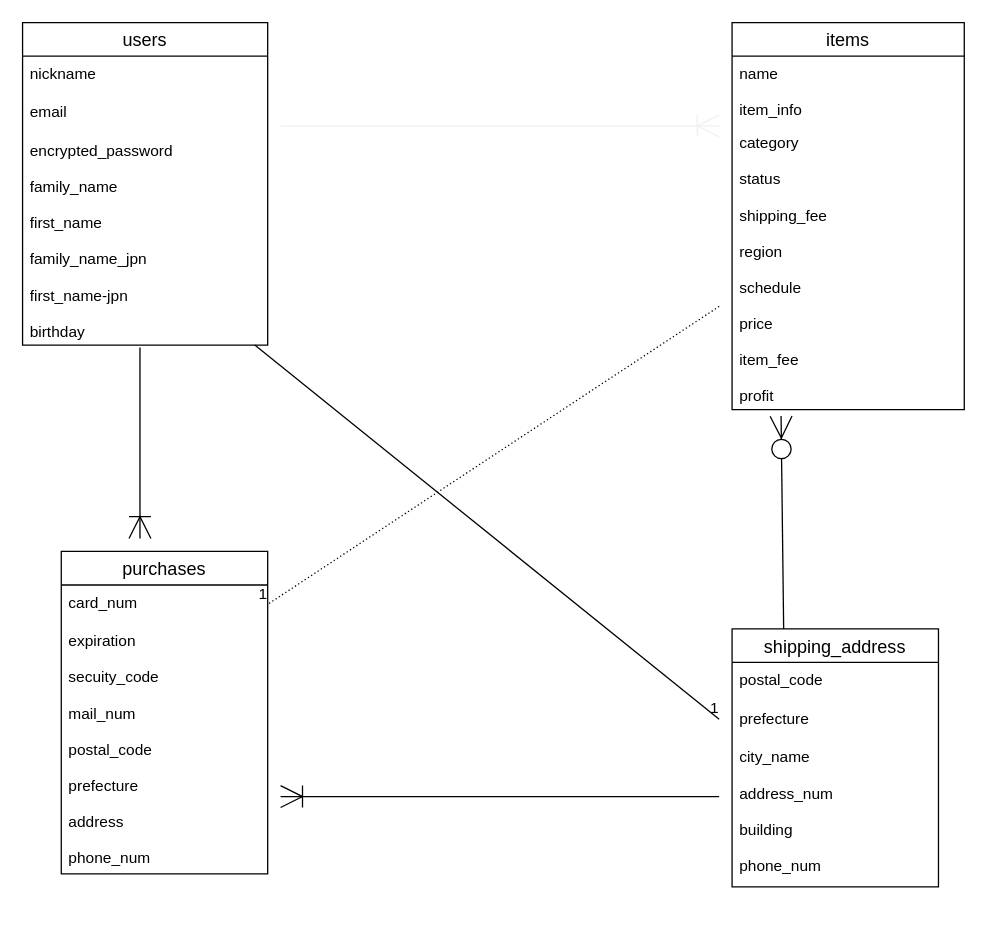
Above: test.dio in kkkzm10/furima-34550 (draw.io), before the change. Source tidied: cells renumbered, new cells numbered last; positions are measured from the earlier drawing's top-left corner, leaving out a move shared by most shapes. Both pictures are drawn from the tidied source at 129%, with x=0, y=0 at pixel (22, 22).
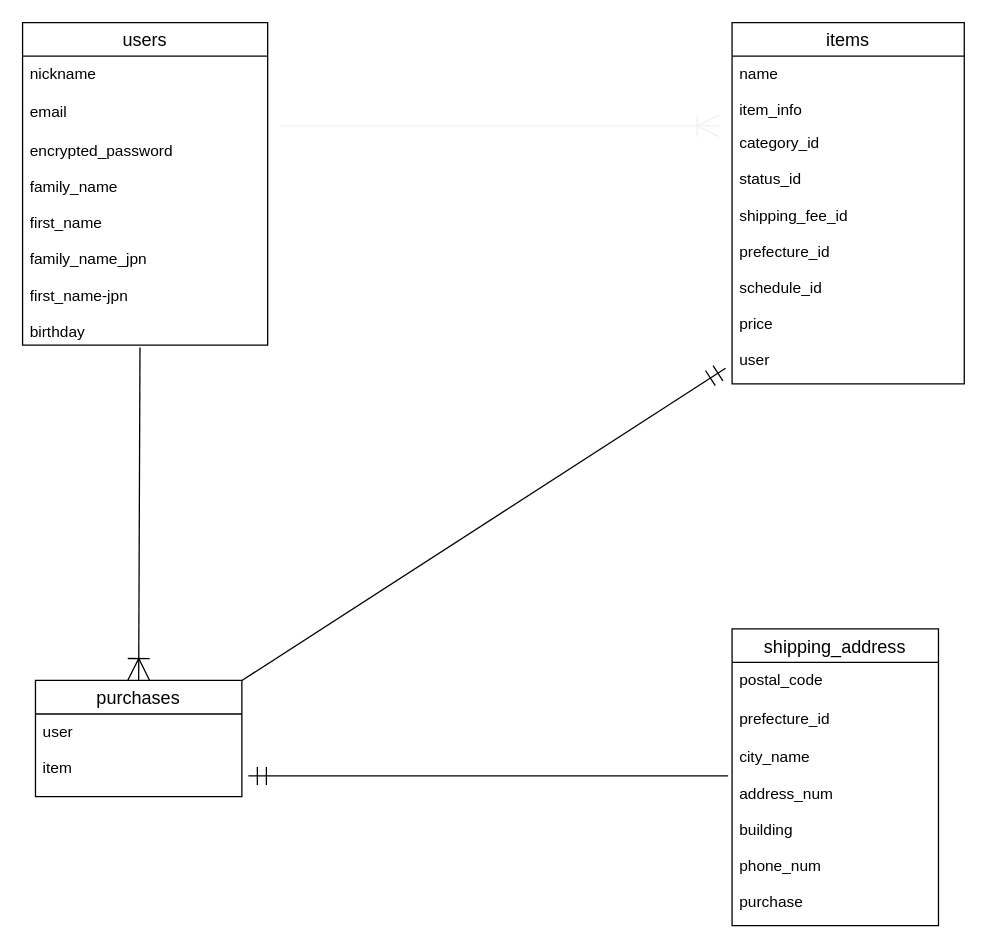
Above is the later version.

Unchanged cells that the change refers to:
```xml
<mxCell id="5" value="encrypted_password &#10;&#10;family_name&#10;&#10;first_name&#10;&#10;family_name_jpn&#10;&#10;first_name-jpn&#10;&#10;birthday" style="text;strokeColor=none;fillColor=none;spacingLeft=4;spacingRight=4;overflow=hidden;points=[[0,0.5],[1,0.5]];portConstraint=eastwest;fontSize=12;" parent="2" vertex="1">
  <mxGeometry y="86" width="190" height="164" as="geometry" />
</mxCell>
```

What changed in the source:
```diff
@@
     <mxCell id="6" value="items" style="swimlane;fontStyle=0;horizontal=1;startSize=26;align=center;fontSize=14;" parent="1" vertex="1">
-      <mxGeometry x="550" width="180" height="300" as="geometry" />
+      <mxGeometry x="550" width="180" height="280" as="geometry" />
     </mxCell>
@@
-    <mxCell id="8" value="category&#10;&#10;status&#10;&#10;shipping_fee&#10;&#10;region&#10;&#10;schedule&#10;&#10;price&#10;&#10;item_fee&#10;&#10;profit&#10;&#10;&#10;" style="text;strokeColor=none;fillColor=none;spacingLeft=4;spacingRight=4;overflow=hidden;points=[[0,0.5],[1,0.5]];portConstraint=eastwest;fontSize=12;" parent="6" vertex="1">
-      <mxGeometry y="80" width="180" height="220" as="geometry" />
+    <mxCell id="8" value="category_id&#10;&#10;status_id&#10;&#10;shipping_fee_id&#10;&#10;prefecture_id&#10;&#10;schedule_id&#10;&#10;price&#10;&#10;user&#10;&#10;" style="text;strokeColor=none;fillColor=none;spacingLeft=4;spacingRight=4;overflow=hidden;points=[[0,0.5],[1,0.5]];portConstraint=eastwest;fontSize=12;" parent="6" vertex="1">
+      <mxGeometry y="80" width="180" height="200" as="geometry" />
     </mxCell>
     <mxCell id="9" value="purchases" style="swimlane;fontStyle=0;horizontal=1;startSize=26;align=center;fontSize=14;" parent="1" vertex="1">
-      <mxGeometry x="30" y="410" width="160" height="250" as="geometry" />
+      <mxGeometry x="10" y="510" width="160" height="90" as="geometry" />
     </mxCell>
-    <mxCell id="10" value="card_num" style="text;strokeColor=none;fillColor=none;spacingLeft=4;spacingRight=4;overflow=hidden;points=[[0,0.5],[1,0.5]];portConstraint=eastwest;fontSize=12;" parent="9" vertex="1">
-      <mxGeometry y="26" width="160" height="30" as="geometry" />
-    </mxCell>
-    <mxCell id="11" value="expiration&#10;&#10;secuity_code&#10;&#10;mail_num&#10;&#10;postal_code&#10;&#10;prefecture&#10;&#10;address&#10;&#10;phone_num&#10;&#10;&#10;" style="text;strokeColor=none;fillColor=none;spacingLeft=4;spacingRight=4;overflow=hidden;fontSize=12;" parent="9" vertex="1">
-      <mxGeometry y="56" width="160" height="194" as="geometry" />
+    <mxCell id="11" value="user&#10;&#10;item" style="text;strokeColor=none;fillColor=none;spacingLeft=4;spacingRight=4;overflow=hidden;fontSize=12;" parent="9" vertex="1">
+      <mxGeometry y="26" width="160" height="64" as="geometry" />
     </mxCell>
@@
     <mxCell id="13" value="shipping_address" style="swimlane;fontStyle=0;horizontal=1;startSize=26;align=center;fontSize=14;" parent="1" vertex="1">
-      <mxGeometry x="550" y="470" width="160" height="200" as="geometry" />
+      <mxGeometry x="550" y="470" width="160" height="230" as="geometry" />
     </mxCell>
@@
-    <mxCell id="15" value="prefecture" style="text;strokeColor=none;fillColor=none;spacingLeft=4;spacingRight=4;overflow=hidden;fontSize=12;" parent="13" vertex="1">
+    <mxCell id="15" value="prefecture_id" style="text;strokeColor=none;fillColor=none;spacingLeft=4;spacingRight=4;overflow=hidden;fontSize=12;" parent="13" vertex="1">
       <mxGeometry y="56" width="160" height="30" as="geometry" />
     </mxCell>
-    <mxCell id="16" value="city_name&#10;&#10;address_num&#10;&#10;building&#10;&#10;phone_num&#10;&#10;" style="text;strokeColor=none;fillColor=none;spacingLeft=4;spacingRight=4;overflow=hidden;points=[[0,0.5],[1,0.5]];portConstraint=eastwest;fontSize=12;" parent="13" vertex="1">
-      <mxGeometry y="86" width="160" height="114" as="geometry" />
+    <mxCell id="16" value="city_name&#10;&#10;address_num&#10;&#10;building&#10;&#10;phone_num&#10;&#10;purchase&#10;&#10;" style="text;strokeColor=none;fillColor=none;spacingLeft=4;spacingRight=4;overflow=hidden;points=[[0,0.5],[1,0.5]];portConstraint=eastwest;fontSize=12;" parent="13" vertex="1">
+      <mxGeometry y="86" width="160" height="144" as="geometry" />
     </mxCell>
-    <mxCell id="17" style="fontSize=12;html=1;endArrow=ERoneToMany;exitX=0.479;exitY=1.012;exitDx=0;exitDy=0;exitPerimeter=0;endSize=15;" parent="1" edge="1" source="5">
-      <mxGeometry relative="1" as="geometry">
-        <mxPoint x="91" y="400" as="targetPoint" />
-      </mxGeometry>
+    <mxCell id="17" style="fontSize=12;html=1;endArrow=ERoneToMany;exitX=0.479;exitY=1.012;exitDx=0;exitDy=0;exitPerimeter=0;endSize=15;entryX=0.5;entryY=0;entryDx=0;entryDy=0;" parent="1" edge="1" source="5" target="9">
+      <mxGeometry relative="1" as="geometry" />
     </mxCell>
-    <mxCell id="18" style="endArrow=none;html=1;rounded=0;" parent="1" edge="1">
-      <mxGeometry relative="1" as="geometry">
-        <mxPoint x="180" y="250" as="sourcePoint" />
-        <mxPoint x="540" y="540" as="targetPoint" />
-      </mxGeometry>
-    </mxCell>
-    <mxCell id="19" value="1" style="html=1;align=right;verticalAlign=bottom;" parent="18" vertex="1">
-      <mxGeometry x="1" relative="1" as="geometry" />
-    </mxCell>
-    <mxCell id="20" style="endArrow=none;html=1;rounded=0;dashed=1;dashPattern=1 2;entryX=1;entryY=0.5;entryDx=0;entryDy=0;" parent="1" edge="1" target="10">
-      <mxGeometry relative="1" as="geometry">
-        <mxPoint x="540" y="220" as="sourcePoint" />
-      </mxGeometry>
-    </mxCell>
-    <mxCell id="21" value="1" style="html=1;align=right;verticalAlign=bottom;" parent="20" vertex="1">
-      <mxGeometry x="1" relative="1" as="geometry" />
-    </mxCell>
-    <mxCell id="22" style="fontSize=12;html=1;endArrow=ERzeroToMany;endFill=1;entryX=0.211;entryY=1.023;entryDx=0;entryDy=0;entryPerimeter=0;endSize=15;" parent="1" edge="1" target="8">
-      <mxGeometry relative="1" as="geometry">
-        <mxPoint x="590" y="470" as="sourcePoint" />
-      </mxGeometry>
-    </mxCell>
-    <mxCell id="23" style="fontSize=12;html=1;endArrow=ERoneToMany;endSize=15;" parent="1" edge="1">
-      <mxGeometry relative="1" as="geometry">
-        <mxPoint x="540" y="600" as="sourcePoint" />
-        <mxPoint x="200" y="600" as="targetPoint" />
-      </mxGeometry>
-    </mxCell>
+    <mxCell id="24" style="fontSize=12;html=1;endArrow=ERmandOne;exitX=1;exitY=0;exitDx=0;exitDy=0;entryX=-0.028;entryY=0.94;entryDx=0;entryDy=0;entryPerimeter=0;endSize=12;" parent="1" edge="1" source="9" target="8">
+      <mxGeometry relative="1" as="geometry" />
+    </mxCell>
+    <mxCell id="25" style="fontSize=12;html=1;endArrow=ERmandOne;exitX=-0.019;exitY=0.194;exitDx=0;exitDy=0;exitPerimeter=0;endSize=12;" parent="1" edge="1" source="16">
+      <mxGeometry relative="1" as="geometry">
+        <mxPoint x="175" y="584" as="targetPoint" />
+      </mxGeometry>
+    </mxCell>
```
